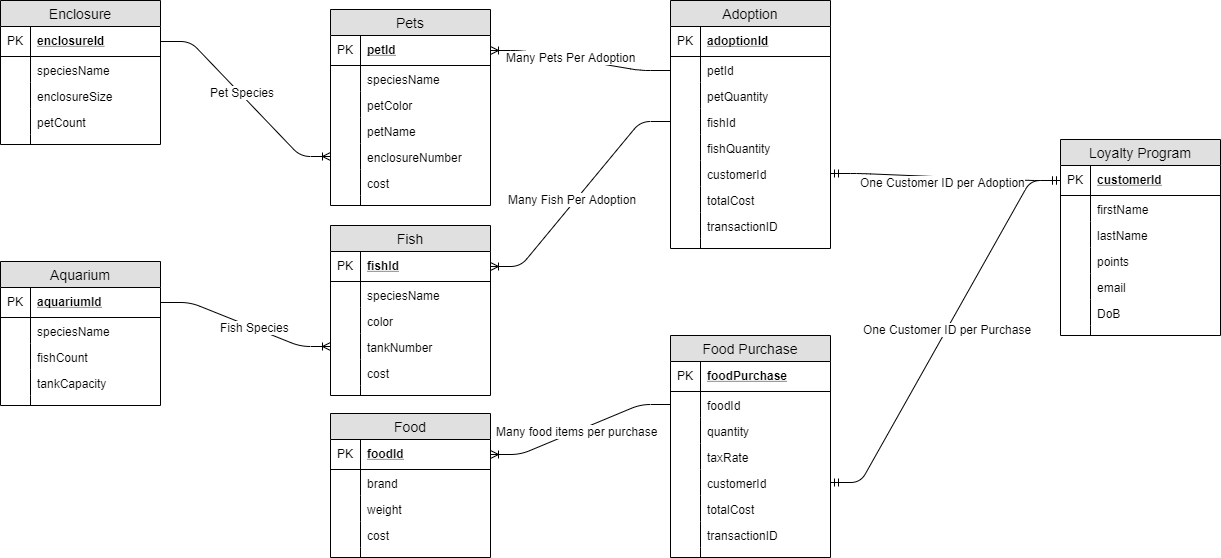
Before: IST210Lab2.png, a diagram exported from draw.io (ytaebnek/IST210-A2). Source tidied: cells renumbered, new cells last; positions are measured from the earlier drawing's top-left corner, leaving out a move shared by most shapes.
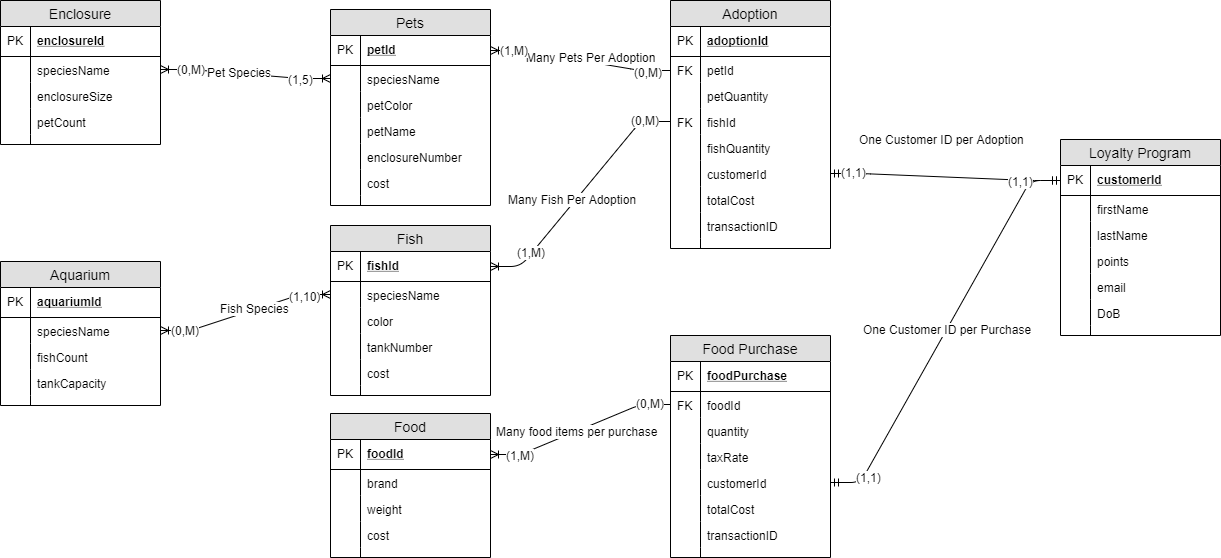
The same file after the commit.

Diff of the diagram source:
```diff
@@ -242,7 +242,7 @@
     <mxCell id="81" value="petId" style="shape=partialRectangle;top=0;left=0;right=0;bottom=0;align=left;verticalAlign=top;fillColor=none;spacingLeft=34;spacingRight=4;overflow=hidden;fontSize=12;" parent="78" vertex="1">
       <mxGeometry y="56" width="160" height="26" as="geometry" />
     </mxCell>
-    <mxCell id="82" style="shape=partialRectangle;top=0;left=0;bottom=0;fillColor=none;align=left;verticalAlign=top;spacingLeft=4;spacingRight=4;overflow=hidden;fontSize=12;" parent="81" vertex="1">
+    <mxCell id="82" value="FK" style="shape=partialRectangle;top=0;left=0;bottom=0;fillColor=none;align=left;verticalAlign=top;spacingLeft=4;spacingRight=4;overflow=hidden;fontSize=12;" parent="81" vertex="1">
       <mxGeometry width="30" height="26" as="geometry" />
     </mxCell>
     <mxCell id="83" value="petQuantity" style="shape=partialRectangle;top=0;left=0;right=0;bottom=0;align=left;verticalAlign=top;fillColor=none;spacingLeft=34;spacingRight=4;overflow=hidden;fontSize=12;" parent="78" vertex="1">
@@ -254,7 +254,7 @@
     <mxCell id="85" value="fishId" style="shape=partialRectangle;top=0;left=0;right=0;bottom=0;align=left;verticalAlign=top;fillColor=none;spacingLeft=34;spacingRight=4;overflow=hidden;points=[[0,0.5],[1,0.5]];portConstraint=eastwest;fontSize=12;" parent="78" vertex="1">
       <mxGeometry y="108" width="160" height="26" as="geometry" />
     </mxCell>
-    <mxCell id="86" style="shape=partialRectangle;top=0;left=0;bottom=0;fillColor=none;align=left;verticalAlign=top;spacingLeft=4;spacingRight=4;overflow=hidden;fontSize=12;" parent="85" vertex="1">
+    <mxCell id="86" value="FK" style="shape=partialRectangle;top=0;left=0;bottom=0;fillColor=none;align=left;verticalAlign=top;spacingLeft=4;spacingRight=4;overflow=hidden;fontSize=12;" parent="85" vertex="1">
       <mxGeometry width="30" height="26" as="geometry" />
     </mxCell>
     <mxCell id="87" value="fishQuantity" style="shape=partialRectangle;top=0;left=0;right=0;bottom=0;align=left;verticalAlign=top;fillColor=none;spacingLeft=34;spacingRight=4;overflow=hidden;fontSize=12;" parent="78" vertex="1">
@@ -299,7 +299,7 @@
     <mxCell id="100" value="foodId" style="shape=partialRectangle;top=0;left=0;right=0;bottom=0;align=left;verticalAlign=top;fillColor=none;spacingLeft=34;spacingRight=4;overflow=hidden;points=[[0,0.5],[1,0.5]];portConstraint=eastwest;fontSize=12;" parent="97" vertex="1">
       <mxGeometry y="56" width="160" height="26" as="geometry" />
     </mxCell>
-    <mxCell id="101" style="shape=partialRectangle;top=0;left=0;bottom=0;fillColor=none;align=left;verticalAlign=top;spacingLeft=4;spacingRight=4;overflow=hidden;fontSize=12;" parent="100" vertex="1">
+    <mxCell id="101" value="FK" style="shape=partialRectangle;top=0;left=0;bottom=0;fillColor=none;align=left;verticalAlign=top;spacingLeft=4;spacingRight=4;overflow=hidden;fontSize=12;" parent="100" vertex="1">
       <mxGeometry width="30" height="26" as="geometry" />
     </mxCell>
     <mxCell id="102" value="quantity" style="shape=partialRectangle;top=0;left=0;right=0;bottom=0;align=left;verticalAlign=top;fillColor=none;spacingLeft=34;spacingRight=4;overflow=hidden;fontSize=12;" parent="97" vertex="1">
@@ -338,51 +338,106 @@
     <mxCell id="113" style="shape=partialRectangle;top=0;left=0;bottom=0;fillColor=none;align=left;verticalAlign=top;spacingLeft=4;spacingRight=4;overflow=hidden;fontSize=12;" parent="112" vertex="1">
       <mxGeometry width="30" height="10" as="geometry" />
     </mxCell>
-    <mxCell id="114" style="edgeStyle=entityRelationEdgeStyle;fontSize=12;html=1;endArrow=ERoneToMany;entryX=0;entryY=0.5;entryDx=0;entryDy=0;exitX=1;exitY=0.5;exitDx=0;exitDy=0;" parent="1" edge="1" source="57" target="11">
+    <mxCell id="114" style="edgeStyle=entityRelationEdgeStyle;fontSize=12;html=1;endArrow=ERoneToMany;entryX=0;entryY=0.5;entryDx=0;entryDy=0;exitX=1;exitY=0.5;exitDx=0;exitDy=0;startArrow=ERoneToMany;startFill=0;" parent="1" edge="1" source="59" target="5">
       <mxGeometry relative="1" as="geometry" />
     </mxCell>
     <mxCell id="115" value="Pet Species" style="text;html=1;align=center;verticalAlign=middle;labelBackgroundColor=#ffffff;" parent="114" vertex="1">
       <mxGeometry x="-0.07" y="2" relative="1" as="geometry" />
     </mxCell>
+    <mxCell id="128" value="(0,M)" style="text;html=1;align=center;verticalAlign=middle;labelBackgroundColor=#ffffff;" parent="114" vertex="1">
+      <mxGeometry x="-0.65" y="-18" relative="1" as="geometry">
+        <mxPoint x="1.5" y="-18" as="offset" />
+      </mxGeometry>
+    </mxCell>
+    <mxCell id="129" value="(1,5)" style="text;html=1;align=center;verticalAlign=middle;labelBackgroundColor=#ffffff;" parent="114" vertex="1">
+      <mxGeometry x="0.77" relative="1" as="geometry">
+        <mxPoint x="-10.5" as="offset" />
+      </mxGeometry>
+    </mxCell>
-    <mxCell id="116" style="edgeStyle=entityRelationEdgeStyle;fontSize=12;html=1;endArrow=ERoneToMany;entryX=0;entryY=0.5;entryDx=0;entryDy=0;exitX=1;exitY=0.5;exitDx=0;exitDy=0;" parent="1" edge="1" source="68" target="24">
+    <mxCell id="116" style="edgeStyle=entityRelationEdgeStyle;fontSize=12;html=1;endArrow=ERoneToMany;entryX=0;entryY=0.5;entryDx=0;entryDy=0;exitX=1;exitY=0.5;exitDx=0;exitDy=0;startArrow=ERoneToMany;startFill=0;" parent="1" edge="1" source="70" target="20">
       <mxGeometry relative="1" as="geometry" />
     </mxCell>
     <mxCell id="117" value="Fish Species" style="text;html=1;align=center;verticalAlign=middle;labelBackgroundColor=#ffffff;" parent="116" vertex="1">
       <mxGeometry x="0.11" y="1" relative="1" as="geometry" />
     </mxCell>
+    <mxCell id="130" value="(0,M)" style="text;html=1;align=center;verticalAlign=middle;labelBackgroundColor=#ffffff;" parent="116" vertex="1">
+      <mxGeometry x="-0.73" y="1" relative="1" as="geometry" />
+    </mxCell>
+    <mxCell id="131" value="(1,10)" style="text;html=1;align=center;verticalAlign=middle;labelBackgroundColor=#ffffff;" parent="116" vertex="1">
+      <mxGeometry x="0.7" y="-1" relative="1" as="geometry" />
+    </mxCell>
     <mxCell id="118" style="edgeStyle=entityRelationEdgeStyle;fontSize=12;html=1;endArrow=none;exitX=1;exitY=0.5;exitDx=0;exitDy=0;endFill=0;startArrow=ERoneToMany;startFill=0;" parent="1" edge="1" source="3">
       <mxGeometry relative="1" as="geometry">
         <mxPoint x="670" y="70" as="targetPoint" />
       </mxGeometry>
     </mxCell>
     <mxCell id="119" value="Many Pets Per Adoption" style="text;html=1;align=center;verticalAlign=middle;labelBackgroundColor=#ffffff;" parent="118" vertex="1">
-      <mxGeometry x="-0.12" y="2" relative="1" as="geometry" />
+      <mxGeometry x="-0.12" y="2" relative="1" as="geometry">
+        <mxPoint x="20.5" as="offset" />
+      </mxGeometry>
     </mxCell>
+    <mxCell id="132" value="(1,M)" style="text;html=1;align=center;verticalAlign=middle;labelBackgroundColor=#ffffff;" parent="118" vertex="1">
+      <mxGeometry x="-0.75" y="1" relative="1" as="geometry" />
+    </mxCell>
+    <mxCell id="133" value="(0,M)" style="text;html=1;align=center;verticalAlign=middle;labelBackgroundColor=#ffffff;" parent="118" vertex="1">
+      <mxGeometry x="0.76" y="-1" relative="1" as="geometry" />
+    </mxCell>
     <mxCell id="120" style="edgeStyle=entityRelationEdgeStyle;fontSize=12;html=1;endArrow=none;entryX=0;entryY=0.5;entryDx=0;entryDy=0;exitX=1;exitY=0.5;exitDx=0;exitDy=0;startArrow=ERoneToMany;startFill=0;endFill=0;" parent="1" edge="1" source="18" target="85">
       <mxGeometry relative="1" as="geometry" />
     </mxCell>
     <mxCell id="121" value="Many Fish Per Adoption" style="text;html=1;align=center;verticalAlign=middle;labelBackgroundColor=#ffffff;" parent="120" vertex="1">
       <mxGeometry x="-0.07" y="3" relative="1" as="geometry" />
     </mxCell>
+    <mxCell id="134" value="(1,M)" style="text;html=1;align=center;verticalAlign=middle;labelBackgroundColor=#ffffff;" parent="120" vertex="1">
+      <mxGeometry x="-0.82" y="-1" relative="1" as="geometry">
+        <mxPoint x="18" y="-16" as="offset" />
+      </mxGeometry>
+    </mxCell>
+    <mxCell id="135" value="(0,M)" style="text;html=1;align=center;verticalAlign=middle;labelBackgroundColor=#ffffff;" parent="120" vertex="1">
+      <mxGeometry x="0.8" y="2" relative="1" as="geometry" />
+    </mxCell>
     <mxCell id="122" style="edgeStyle=entityRelationEdgeStyle;fontSize=12;html=1;endArrow=none;exitX=1;exitY=0.5;exitDx=0;exitDy=0;entryX=0;entryY=0.5;entryDx=0;entryDy=0;endFill=0;startArrow=ERoneToMany;startFill=0;" parent="1" edge="1" source="31" target="100">
       <mxGeometry relative="1" as="geometry" />
     </mxCell>
     <mxCell id="123" value="Many food items per purchase" style="text;html=1;align=center;verticalAlign=middle;labelBackgroundColor=#ffffff;" parent="122" vertex="1">
       <mxGeometry x="-0.05" relative="1" as="geometry" />
     </mxCell>
+    <mxCell id="136" value="(1,M)" style="text;html=1;align=center;verticalAlign=middle;labelBackgroundColor=#ffffff;" parent="122" vertex="1">
+      <mxGeometry x="-0.69" y="-1" relative="1" as="geometry">
+        <mxPoint x="-1" as="offset" />
+      </mxGeometry>
+    </mxCell>
+    <mxCell id="137" value="(0,M)" style="text;html=1;align=center;verticalAlign=middle;labelBackgroundColor=#ffffff;" parent="122" vertex="1">
+      <mxGeometry x="0.78" y="2" relative="1" as="geometry" />
+    </mxCell>
     <mxCell id="124" style="edgeStyle=entityRelationEdgeStyle;fontSize=12;html=1;endArrow=ERmandOne;startArrow=ERmandOne;entryX=0;entryY=0.5;entryDx=0;entryDy=0;exitX=1;exitY=0.5;exitDx=0;exitDy=0;" parent="1" edge="1" source="106" target="42">
       <mxGeometry relative="1" as="geometry" />
     </mxCell>
     <mxCell id="125" value="One Customer ID per Purchase" style="text;html=1;align=center;verticalAlign=middle;labelBackgroundColor=#ffffff;" parent="124" vertex="1">
       <mxGeometry x="0.01" relative="1" as="geometry" />
     </mxCell>
+    <mxCell id="138" value="(1,1)" style="text;html=1;align=center;verticalAlign=middle;labelBackgroundColor=#ffffff;" parent="124" vertex="1">
+      <mxGeometry x="-0.85" y="9" relative="1" as="geometry">
+        <mxPoint x="16" y="-1" as="offset" />
+      </mxGeometry>
+    </mxCell>
     <mxCell id="126" style="edgeStyle=entityRelationEdgeStyle;fontSize=12;html=1;endArrow=ERmandOne;startArrow=ERmandOne;exitX=1;exitY=0.5;exitDx=0;exitDy=0;" parent="1" edge="1" source="89">
       <mxGeometry relative="1" as="geometry">
         <mxPoint x="1060" y="180" as="targetPoint" />
       </mxGeometry>
     </mxCell>
     <mxCell id="127" value="One Customer ID per Adoption" style="text;html=1;align=center;verticalAlign=middle;labelBackgroundColor=#ffffff;" parent="126" vertex="1">
-      <mxGeometry x="-0.02" y="-5" relative="1" as="geometry" />
+      <mxGeometry x="-0.02" y="-5" relative="1" as="geometry">
+        <mxPoint x="-1.5" y="-42.5" as="offset" />
+      </mxGeometry>
     </mxCell>
+    <mxCell id="139" value="(1,1)" style="text;html=1;align=center;verticalAlign=middle;labelBackgroundColor=#ffffff;" parent="126" vertex="1">
+      <mxGeometry x="-0.8" y="2" relative="1" as="geometry" />
+    </mxCell>
+    <mxCell id="140" value="(1,1)" style="text;html=1;align=center;verticalAlign=middle;labelBackgroundColor=#ffffff;" parent="126" vertex="1">
+      <mxGeometry x="0.85" y="-1" relative="1" as="geometry">
+        <mxPoint x="-23" y="-1" as="offset" />
+      </mxGeometry>
+    </mxCell>
   </root>
 </mxGraphModel>
```
